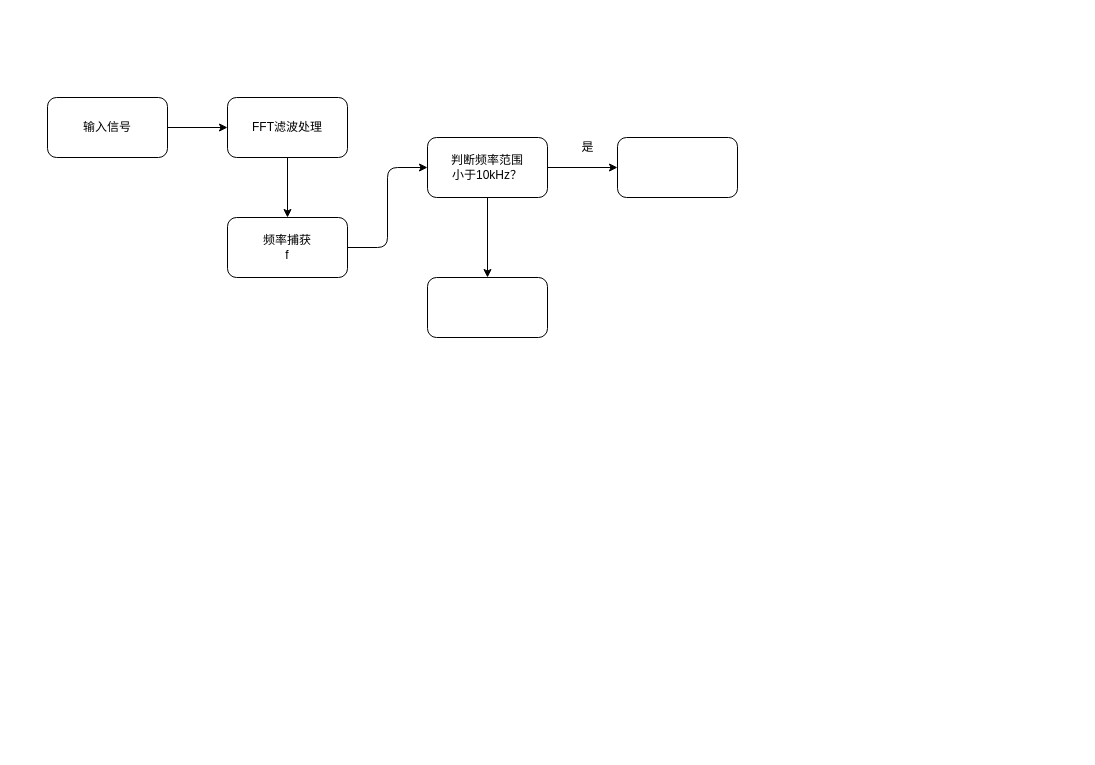
The draw.io diagram Untitled Diagram.drawio in 1668447214/flow_chart, before the edit. Source tidied: cells renumbered, new cells numbered last; positions are measured from the earlier drawing's top-left corner, leaving out a move shared by most shapes. Both pictures are drawn from the tidied source at 100%, with x=0, y=0 at pixel (47, 97).
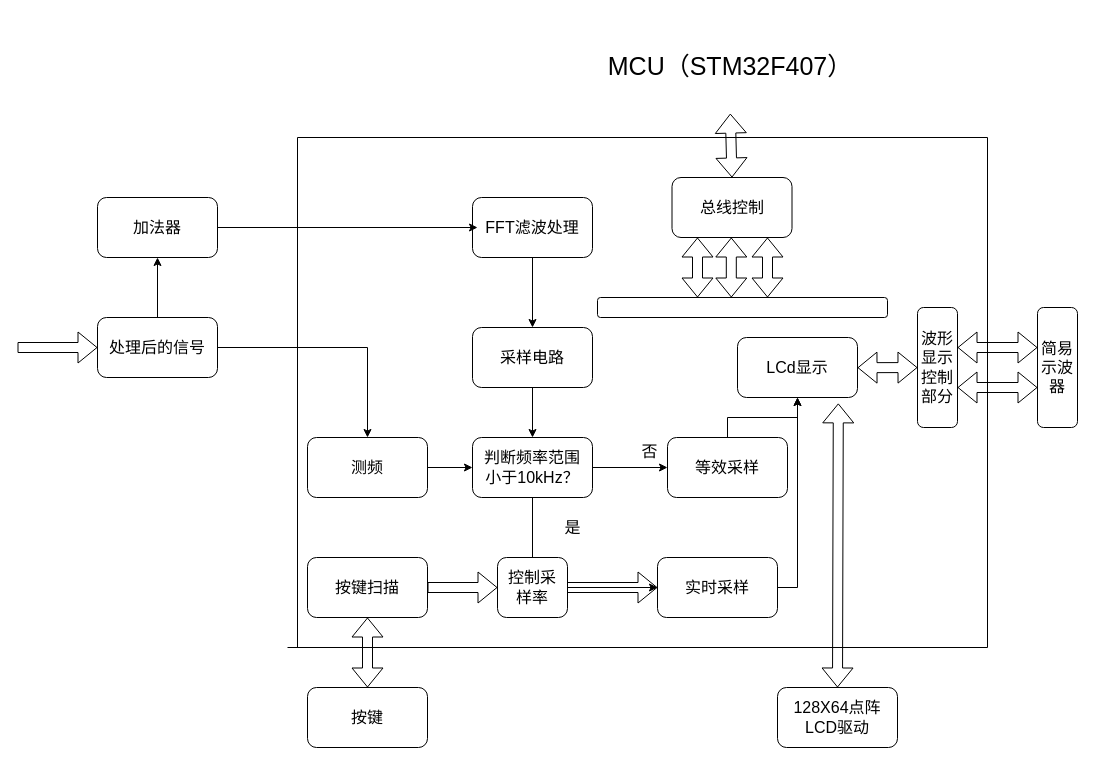
Above is the later version.

Change to the diagram source:
```diff
@@
+    <mxCell id="14" style="edgeStyle=orthogonalEdgeStyle;rounded=0;jettySize=auto;html=1;fontSize=16;" parent="1" edge="1" source="2" target="20">
+      <mxGeometry relative="1" as="geometry" />
+    </mxCell>
+    <mxCell id="15" style="edgeStyle=orthogonalEdgeStyle;rounded=0;jettySize=auto;html=1;fontSize=16;" parent="1" edge="1" source="2" target="6">
+      <mxGeometry relative="1" as="geometry" />
+    </mxCell>
-    <mxCell id="2" value="输入信号" style="rounded=1;whiteSpace=wrap;html=1;" parent="1" vertex="1">
-      <mxGeometry width="120" height="60" as="geometry" />
+    <mxCell id="2" value="处理后的信号" style="rounded=1;whiteSpace=wrap;html=1;fontSize=16;" parent="1" vertex="1">
+      <mxGeometry x="50" y="220" width="120" height="60" as="geometry" />
     </mxCell>
-    <mxCell id="3" style="edgeStyle=orthogonalEdgeStyle;rounded=0;jettySize=auto;html=1;" parent="1" edge="1" source="4" target="6">
-      <mxGeometry relative="1" as="geometry" />
-    </mxCell>
+    <mxCell id="16" style="edgeStyle=orthogonalEdgeStyle;rounded=0;jettySize=auto;html=1;fontSize=16;" parent="1" edge="1" source="4" target="23">
+      <mxGeometry relative="1" as="geometry" />
+    </mxCell>
-    <mxCell id="4" value="FFT滤波处理" style="rounded=1;whiteSpace=wrap;html=1;" parent="1" vertex="1">
-      <mxGeometry x="180" width="120" height="60" as="geometry" />
+    <mxCell id="4" value="FFT滤波处理" style="rounded=1;whiteSpace=wrap;html=1;fontSize=16;" parent="1" vertex="1">
+      <mxGeometry x="425" y="100" width="120" height="60" as="geometry" />
     </mxCell>
-    <mxCell id="5" style="endArrow=classic;html=1;" parent="1" edge="1">
-      <mxGeometry relative="1" as="geometry">
-        <mxPoint x="120" y="30" as="sourcePoint" />
-        <mxPoint x="180" y="30" as="targetPoint" />
-      </mxGeometry>
+    <mxCell id="5" style="endArrow=classic;html=1;fontSize=16;entryX=0.042;entryY=0.5;entryDx=0;entryDy=0;entryPerimeter=0;exitX=1;exitY=0.5;exitDx=0;exitDy=0;" parent="1" edge="1" source="20" target="4">
+      <mxGeometry relative="1" as="geometry" />
     </mxCell>
+    <mxCell id="7" style="edgeStyle=orthogonalEdgeStyle;rounded=0;jettySize=auto;html=1;fontSize=16;" parent="1" edge="1" source="6" target="10">
+      <mxGeometry relative="1" as="geometry" />
+    </mxCell>
-    <mxCell id="6" value="频率捕获&lt;br&gt;f" style="rounded=1;whiteSpace=wrap;html=1;" parent="1" vertex="1">
-      <mxGeometry x="180" y="120" width="120" height="60" as="geometry" />
+    <mxCell id="6" value="测频" style="rounded=1;whiteSpace=wrap;html=1;fontSize=16;" parent="1" vertex="1">
+      <mxGeometry x="260" y="340" width="120" height="60" as="geometry" />
     </mxCell>
-    <mxCell id="7" style="endArrow=classic;html=1;exitX=1;exitY=0.5;exitDx=0;exitDy=0;entryX=0;entryY=0.5;entryDx=0;entryDy=0;" parent="1" edge="1" source="6" target="10">
-      <mxGeometry relative="1" as="geometry">
-        <Array as="points">
-          <mxPoint x="340" y="150" />
-          <mxPoint x="340" y="70" />
-        </Array>
-      </mxGeometry>
-    </mxCell>
-    <mxCell id="8" style="edgeStyle=orthogonalEdgeStyle;rounded=0;jettySize=auto;html=1;" parent="1" edge="1" source="10" target="11">
+    <mxCell id="8" style="edgeStyle=orthogonalEdgeStyle;rounded=0;jettySize=auto;html=1;fontSize=16;" parent="1" edge="1" source="10" target="11">
       <mxGeometry relative="1" as="geometry" />
     </mxCell>
-    <mxCell id="9" style="edgeStyle=orthogonalEdgeStyle;rounded=0;jettySize=auto;html=1;" parent="1" edge="1" source="10" target="13">
-      <mxGeometry relative="1" as="geometry" />
+    <mxCell id="9" style="edgeStyle=orthogonalEdgeStyle;rounded=0;jettySize=auto;html=1;fontSize=16;" parent="1" edge="1" source="10" target="13">
+      <mxGeometry relative="1" as="geometry">
+        <Array as="points">
+          <mxPoint x="485" y="490" />
+        </Array>
+      </mxGeometry>
     </mxCell>
-    <mxCell id="10" value="判断频率范围&lt;br&gt;小于10kHz？" style="rounded=1;whiteSpace=wrap;html=1;" parent="1" vertex="1">
-      <mxGeometry x="380" y="40" width="120" height="60" as="geometry" />
+    <mxCell id="10" value="判断频率范围&lt;br style=&quot;font-size: 16px;&quot;&gt;小于10kHz？" style="rounded=1;whiteSpace=wrap;html=1;fontSize=16;" parent="1" vertex="1">
+      <mxGeometry x="425" y="340" width="120" height="60" as="geometry" />
     </mxCell>
+    <mxCell id="17" style="edgeStyle=orthogonalEdgeStyle;rounded=0;jettySize=auto;html=1;fontSize=16;" parent="1" edge="1" source="11" target="21">
+      <mxGeometry relative="1" as="geometry" />
+    </mxCell>
-    <mxCell id="11" style="whiteSpace=wrap;html=1;rounded=1;" parent="1" vertex="1">
-      <mxGeometry x="570" y="40" width="120" height="60" as="geometry" />
+    <mxCell id="11" value="等效采样" style="whiteSpace=wrap;html=1;rounded=1;fontSize=16;" parent="1" vertex="1">
+      <mxGeometry x="620" y="340" width="120" height="60" as="geometry" />
     </mxCell>
-    <mxCell id="12" value="是" style="text;html=1;align=center;verticalAlign=middle;strokeColor=none;" parent="1" vertex="1">
-      <mxGeometry x="525" y="40" width="30" height="20" as="geometry" />
+    <mxCell id="12" value="否" style="text;html=1;align=center;verticalAlign=middle;strokeColor=none;fontSize=16;" parent="1" vertex="1">
+      <mxGeometry x="586.8" y="344" width="30" height="20" as="geometry" />
     </mxCell>
+    <mxCell id="18" style="edgeStyle=orthogonalEdgeStyle;rounded=0;jettySize=auto;html=1;fontSize=16;" parent="1" edge="1" source="13" target="21">
+      <mxGeometry relative="1" as="geometry">
+        <Array as="points">
+          <mxPoint x="750" y="490" />
+        </Array>
+      </mxGeometry>
+    </mxCell>
-    <mxCell id="13" style="whiteSpace=wrap;html=1;rounded=1;" parent="1" vertex="1">
-      <mxGeometry x="380" y="180" width="120" height="60" as="geometry" />
+    <mxCell id="13" value="实时采样" style="whiteSpace=wrap;html=1;rounded=1;fontSize=16;" parent="1" vertex="1">
+      <mxGeometry x="610" y="460" width="120" height="60" as="geometry" />
     </mxCell>
+    <mxCell id="19" value="是" style="text;html=1;align=center;verticalAlign=middle;strokeColor=none;fontSize=16;" parent="1" vertex="1">
+      <mxGeometry x="510" y="420" width="30" height="20" as="geometry" />
+    </mxCell>
+    <mxCell id="20" value="加法器" style="rounded=1;whiteSpace=wrap;html=1;fontSize=16;" parent="1" vertex="1">
+      <mxGeometry x="50" y="100" width="120" height="60" as="geometry" />
+    </mxCell>
+    <mxCell id="21" value="LCd显示" style="whiteSpace=wrap;html=1;rounded=1;fontSize=16;" parent="1" vertex="1">
+      <mxGeometry x="690" y="240" width="120" height="60" as="geometry" />
+    </mxCell>
+    <mxCell id="22" style="edgeStyle=orthogonalEdgeStyle;rounded=0;jettySize=auto;html=1;fontSize=16;" parent="1" edge="1" source="23" target="10">
+      <mxGeometry relative="1" as="geometry" />
+    </mxCell>
+    <mxCell id="23" value="采样电路" style="whiteSpace=wrap;html=1;rounded=1;fontSize=16;" parent="1" vertex="1">
+      <mxGeometry x="425" y="230" width="120" height="60" as="geometry" />
+    </mxCell>
+    <mxCell id="24" style="endArrow=none;html=1;fontSize=16;" parent="1" edge="1">
+      <mxGeometry relative="1" as="geometry">
+        <mxPoint x="250" y="40" as="sourcePoint" />
+        <mxPoint x="940" y="40" as="targetPoint" />
+      </mxGeometry>
+    </mxCell>
+    <mxCell id="25" style="endArrow=none;html=1;fontSize=16;" parent="1" edge="1">
+      <mxGeometry relative="1" as="geometry">
+        <mxPoint x="240" y="550" as="sourcePoint" />
+        <mxPoint x="940" y="550" as="targetPoint" />
+      </mxGeometry>
+    </mxCell>
+    <mxCell id="26" style="shape=flexArrow;endArrow=classic;startArrow=classic;html=1;fontSize=16;" parent="1" edge="1" target="27">
+      <mxGeometry relative="1" as="geometry">
+        <mxPoint x="810" y="270.2" as="sourcePoint" />
+      </mxGeometry>
+    </mxCell>
+    <mxCell id="27" value="波形&lt;br style=&quot;font-size: 16px;&quot;&gt;显示&lt;br style=&quot;font-size: 16px;&quot;&gt;控制&lt;br style=&quot;font-size: 16px;&quot;&gt;部分" style="rounded=1;whiteSpace=wrap;html=1;fontSize=16;" parent="1" vertex="1">
+      <mxGeometry x="870" y="210" width="40" height="120" as="geometry" />
+    </mxCell>
+    <mxCell id="28" value="&lt;span style=&quot;font-size: 25px;&quot;&gt;MCU（STM32F407）&lt;/span&gt;" style="text;html=1;strokeColor=none;fillColor=none;align=center;verticalAlign=middle;whiteSpace=wrap;rounded=0;fontSize=25;" parent="1" vertex="1">
+      <mxGeometry x="520" y="-80" width="325.6" height="96.1" as="geometry" />
+    </mxCell>
+    <mxCell id="29" style="shape=flexArrow;endArrow=classic;startArrow=classic;html=1;exitX=0.5;exitY=0;exitDx=0;exitDy=0;fontSize=16;entryX=0.5;entryY=1;entryDx=0;entryDy=0;" parent="1" edge="1" source="30" target="28">
+      <mxGeometry relative="1" as="geometry" />
+    </mxCell>
+    <mxCell id="30" value="总线控制" style="rounded=1;whiteSpace=wrap;html=1;fontSize=16;" parent="1" vertex="1">
+      <mxGeometry x="624.5" y="80" width="120" height="60" as="geometry" />
+    </mxCell>
+    <mxCell id="31" style="shape=flexArrow;endArrow=classic;html=1;entryX=0;entryY=0.5;entryDx=0;entryDy=0;fontSize=16;" parent="1" edge="1" target="13">
+      <mxGeometry relative="1" as="geometry">
+        <mxPoint x="480" y="490" as="sourcePoint" />
+      </mxGeometry>
+    </mxCell>
+    <mxCell id="32" value="按键扫描" style="rounded=1;whiteSpace=wrap;html=1;fontSize=16;" parent="1" vertex="1">
+      <mxGeometry x="260" y="460" width="120" height="60" as="geometry" />
+    </mxCell>
+    <mxCell id="33" style="endArrow=none;html=1;fontSize=16;" parent="1" edge="1">
+      <mxGeometry relative="1" as="geometry">
+        <mxPoint x="940" y="40" as="sourcePoint" />
+        <mxPoint x="940" y="550" as="targetPoint" />
+      </mxGeometry>
+    </mxCell>
+    <mxCell id="34" style="shape=flexArrow;endArrow=classic;startArrow=classic;html=1;fontSize=16;" parent="1" edge="1">
+      <mxGeometry relative="1" as="geometry">
+        <mxPoint x="910" y="250" as="sourcePoint" />
+        <mxPoint x="990" y="250" as="targetPoint" />
+      </mxGeometry>
+    </mxCell>
+    <mxCell id="35" style="shape=flexArrow;endArrow=classic;startArrow=classic;html=1;fontSize=16;" parent="1" edge="1">
+      <mxGeometry relative="1" as="geometry">
+        <mxPoint x="910" y="290" as="sourcePoint" />
+        <mxPoint x="990" y="290" as="targetPoint" />
+      </mxGeometry>
+    </mxCell>
+    <mxCell id="36" value="简易示波器" style="rounded=1;whiteSpace=wrap;html=1;fontSize=16;" parent="1" vertex="1">
+      <mxGeometry x="990" y="210" width="40" height="120" as="geometry" />
+    </mxCell>
+    <mxCell id="37" value="按键" style="rounded=1;whiteSpace=wrap;html=1;fontSize=16;" parent="1" vertex="1">
+      <mxGeometry x="260" y="590" width="120" height="60" as="geometry" />
+    </mxCell>
+    <mxCell id="38" style="shape=flexArrow;endArrow=classic;startArrow=classic;html=1;entryX=0.5;entryY=1;entryDx=0;entryDy=0;exitX=0.5;exitY=0;exitDx=0;exitDy=0;fontSize=16;" parent="1" edge="1" source="37" target="32">
+      <mxGeometry relative="1" as="geometry" />
+    </mxCell>
+    <mxCell id="39" style="shape=flexArrow;endArrow=classic;startArrow=classic;html=1;entryX=0.84;entryY=1.098;entryDx=0;entryDy=0;entryPerimeter=0;fontSize=16;exitX=0.5;exitY=0;exitDx=0;exitDy=0;" parent="1" edge="1" source="40" target="21">
+      <mxGeometry relative="1" as="geometry" />
+    </mxCell>
+    <mxCell id="40" value="128X64点阵&lt;br&gt;LCD驱动" style="rounded=1;whiteSpace=wrap;html=1;fontSize=16;" parent="1" vertex="1">
+      <mxGeometry x="730" y="590" width="120" height="60" as="geometry" />
+    </mxCell>
+    <mxCell id="41" style="rounded=1;whiteSpace=wrap;html=1;fontSize=16;" parent="1" vertex="1">
+      <mxGeometry x="550" y="200" width="290" height="20" as="geometry" />
+    </mxCell>
+    <mxCell id="42" style="shape=flexArrow;endArrow=classic;startArrow=classic;html=1;fontSize=16;" parent="1" edge="1">
+      <mxGeometry relative="1" as="geometry">
+        <mxPoint x="650" y="200" as="sourcePoint" />
+        <mxPoint x="650" y="140" as="targetPoint" />
+      </mxGeometry>
+    </mxCell>
+    <mxCell id="43" style="shape=flexArrow;endArrow=classic;startArrow=classic;html=1;fontSize=16;" parent="1" edge="1">
+      <mxGeometry relative="1" as="geometry">
+        <mxPoint x="683.8" y="200" as="sourcePoint" />
+        <mxPoint x="683.8" y="140" as="targetPoint" />
+      </mxGeometry>
+    </mxCell>
+    <mxCell id="44" style="shape=flexArrow;endArrow=classic;startArrow=classic;html=1;fontSize=16;" parent="1" edge="1">
+      <mxGeometry relative="1" as="geometry">
+        <mxPoint x="720" y="200" as="sourcePoint" />
+        <mxPoint x="720" y="140" as="targetPoint" />
+      </mxGeometry>
+    </mxCell>
+    <mxCell id="45" style="shape=flexArrow;endArrow=classic;html=1;fontSize=16;" parent="1" edge="1">
+      <mxGeometry relative="1" as="geometry">
+        <mxPoint x="-30" y="250" as="sourcePoint" />
+        <mxPoint x="50" y="250" as="targetPoint" />
+      </mxGeometry>
+    </mxCell>
+    <mxCell id="46" value="控制采&lt;br&gt;样率" style="rounded=1;whiteSpace=wrap;html=1;fontSize=16;" parent="1" vertex="1">
+      <mxGeometry x="450" y="460" width="70" height="60" as="geometry" />
+    </mxCell>
+    <mxCell id="47" style="shape=flexArrow;endArrow=classic;html=1;fontSize=16;entryX=0;entryY=0.5;entryDx=0;entryDy=0;exitX=1;exitY=0.5;exitDx=0;exitDy=0;" parent="1" edge="1" source="32" target="46">
+      <mxGeometry relative="1" as="geometry" />
+    </mxCell>
+    <mxCell id="48" style="endArrow=none;html=1;fontSize=16;" parent="1" edge="1">
+      <mxGeometry relative="1" as="geometry">
+        <mxPoint x="250" y="40" as="sourcePoint" />
+        <mxPoint x="250" y="550" as="targetPoint" />
+      </mxGeometry>
+    </mxCell>
```
